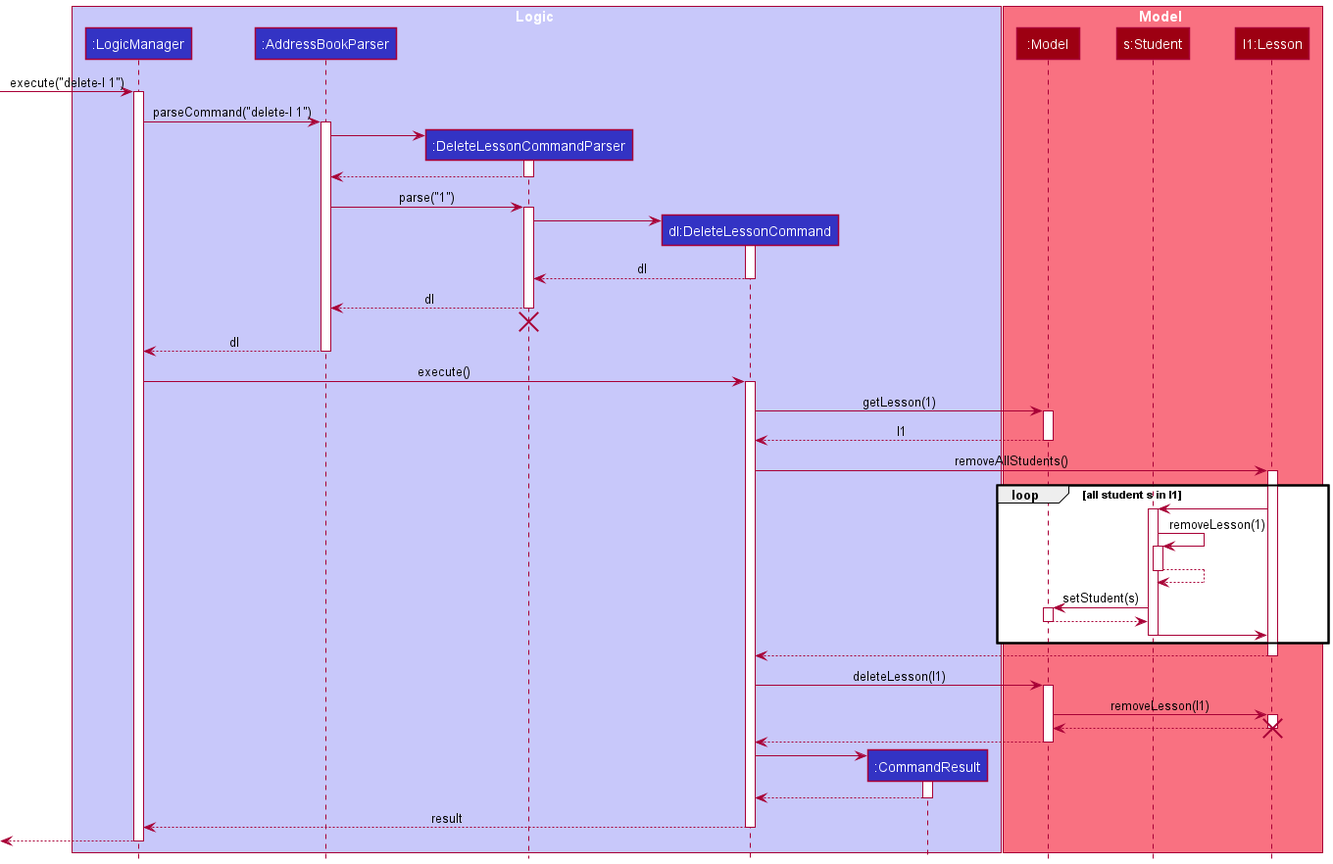
nus-cs2103-AY2122S1/tp keeps this PlantUML diagram as docs/images/DeleteLessonSequenceDiagram.png. Above is the earlier version.
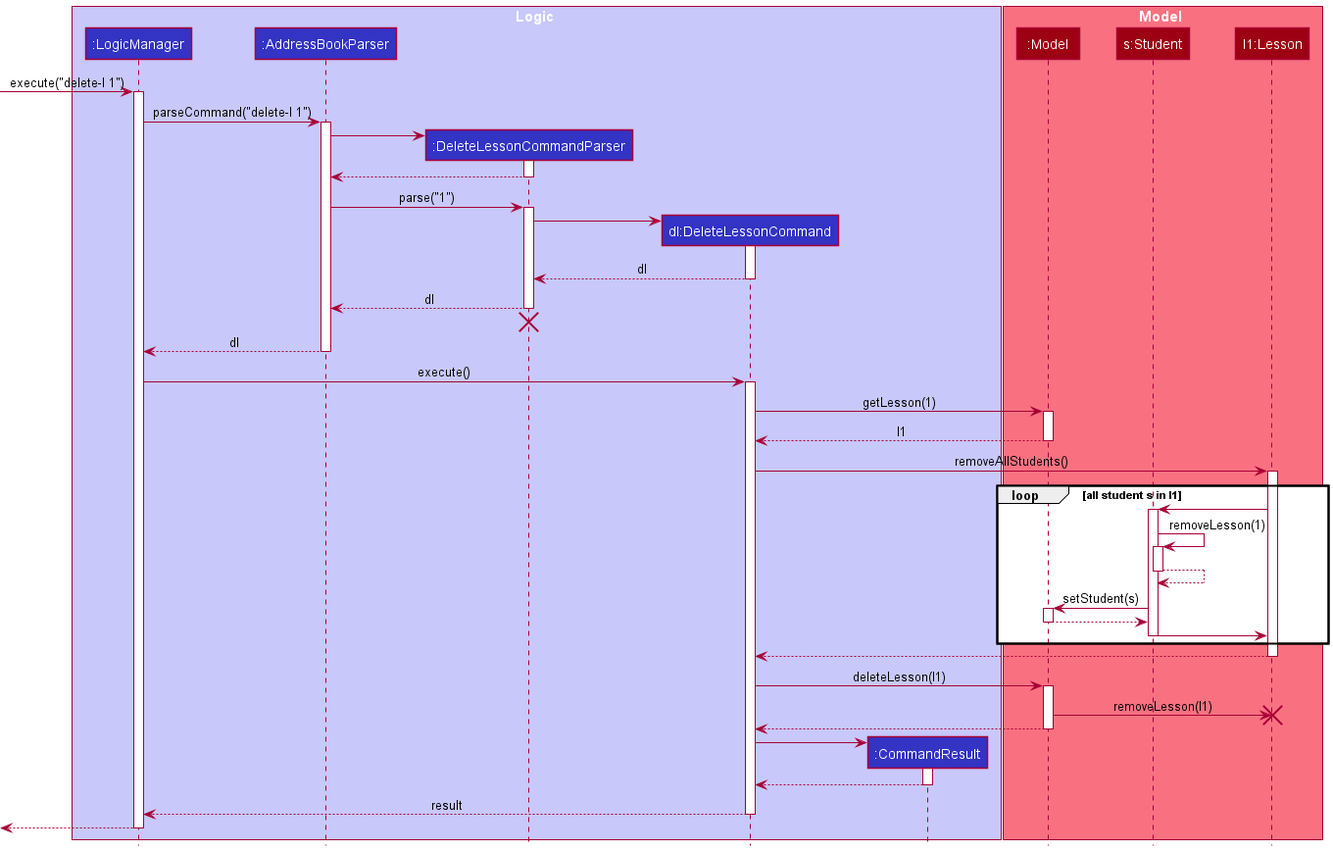
After the change.

Commit message:
Remove activation bar and return line for delete lesson command

What changed in the source:
```diff
@@ -85,10 +85,6 @@
 activate Model
 
 Model -> Lesson : removeLesson(l1)
-activate Lesson
-
-Lesson --> Model
-deactivate Lesson
 destroy Lesson
 
 Model --> DeleteLessonCommand
```
